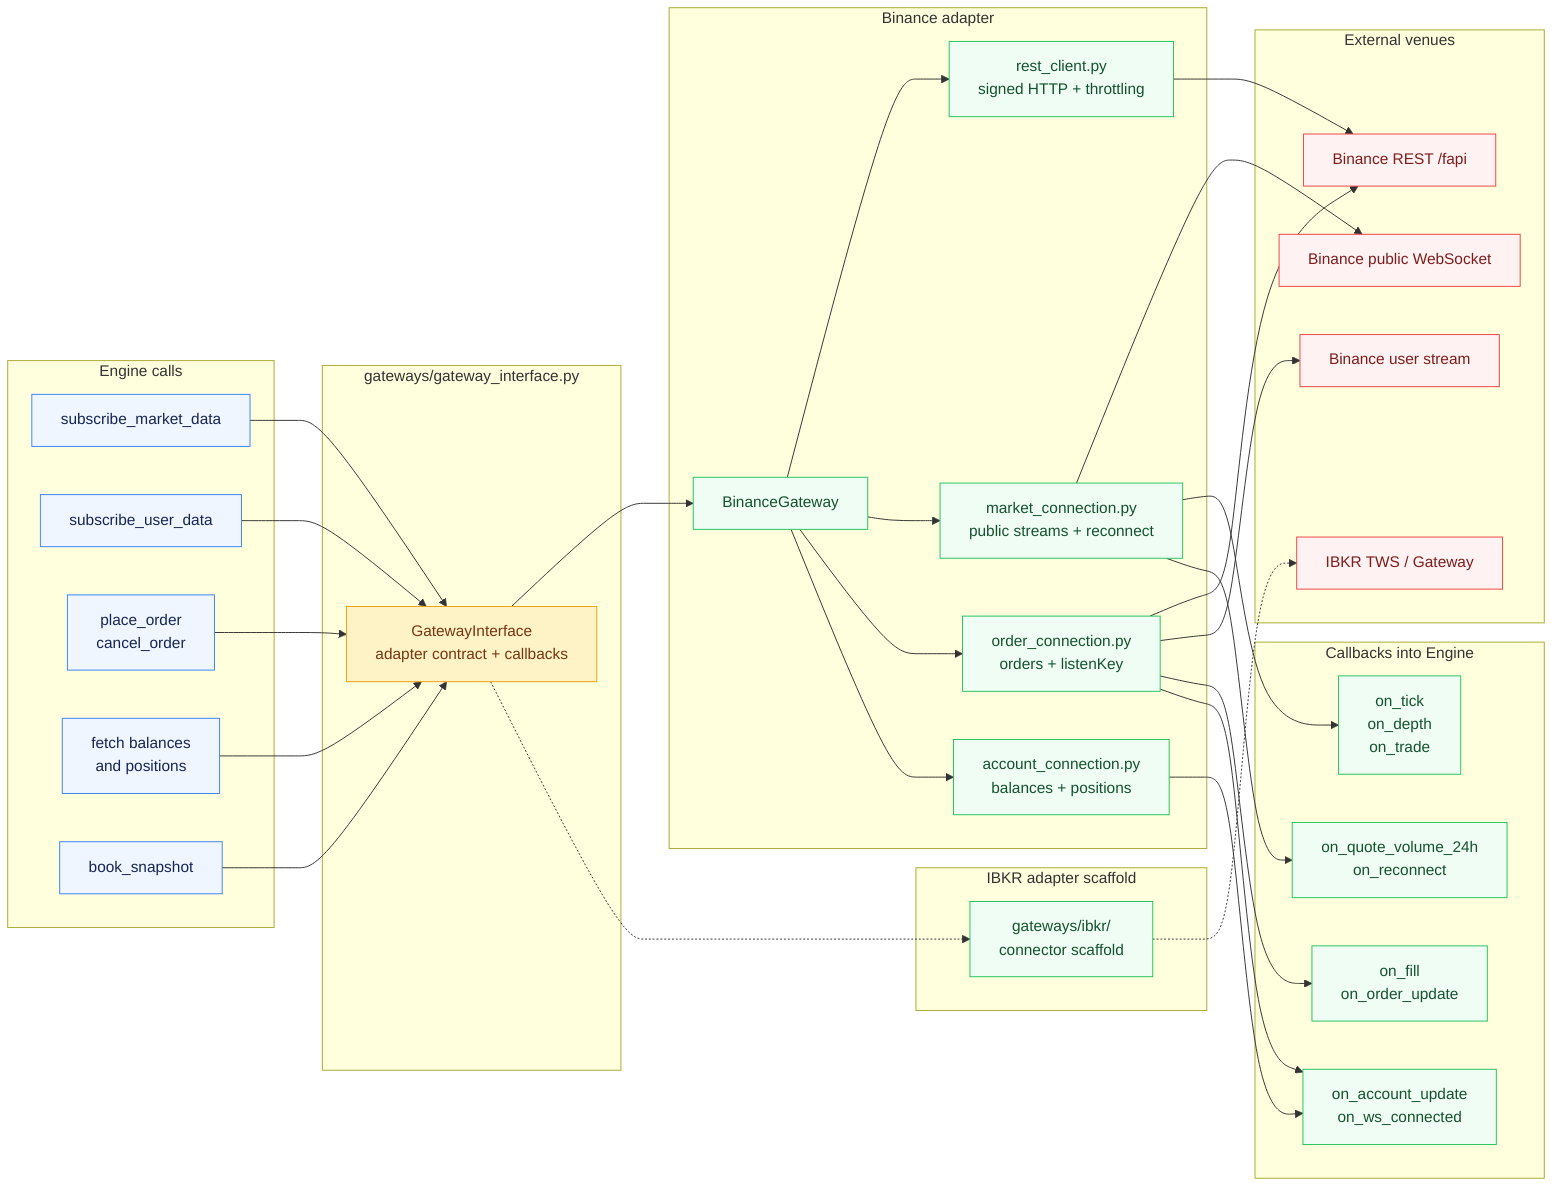
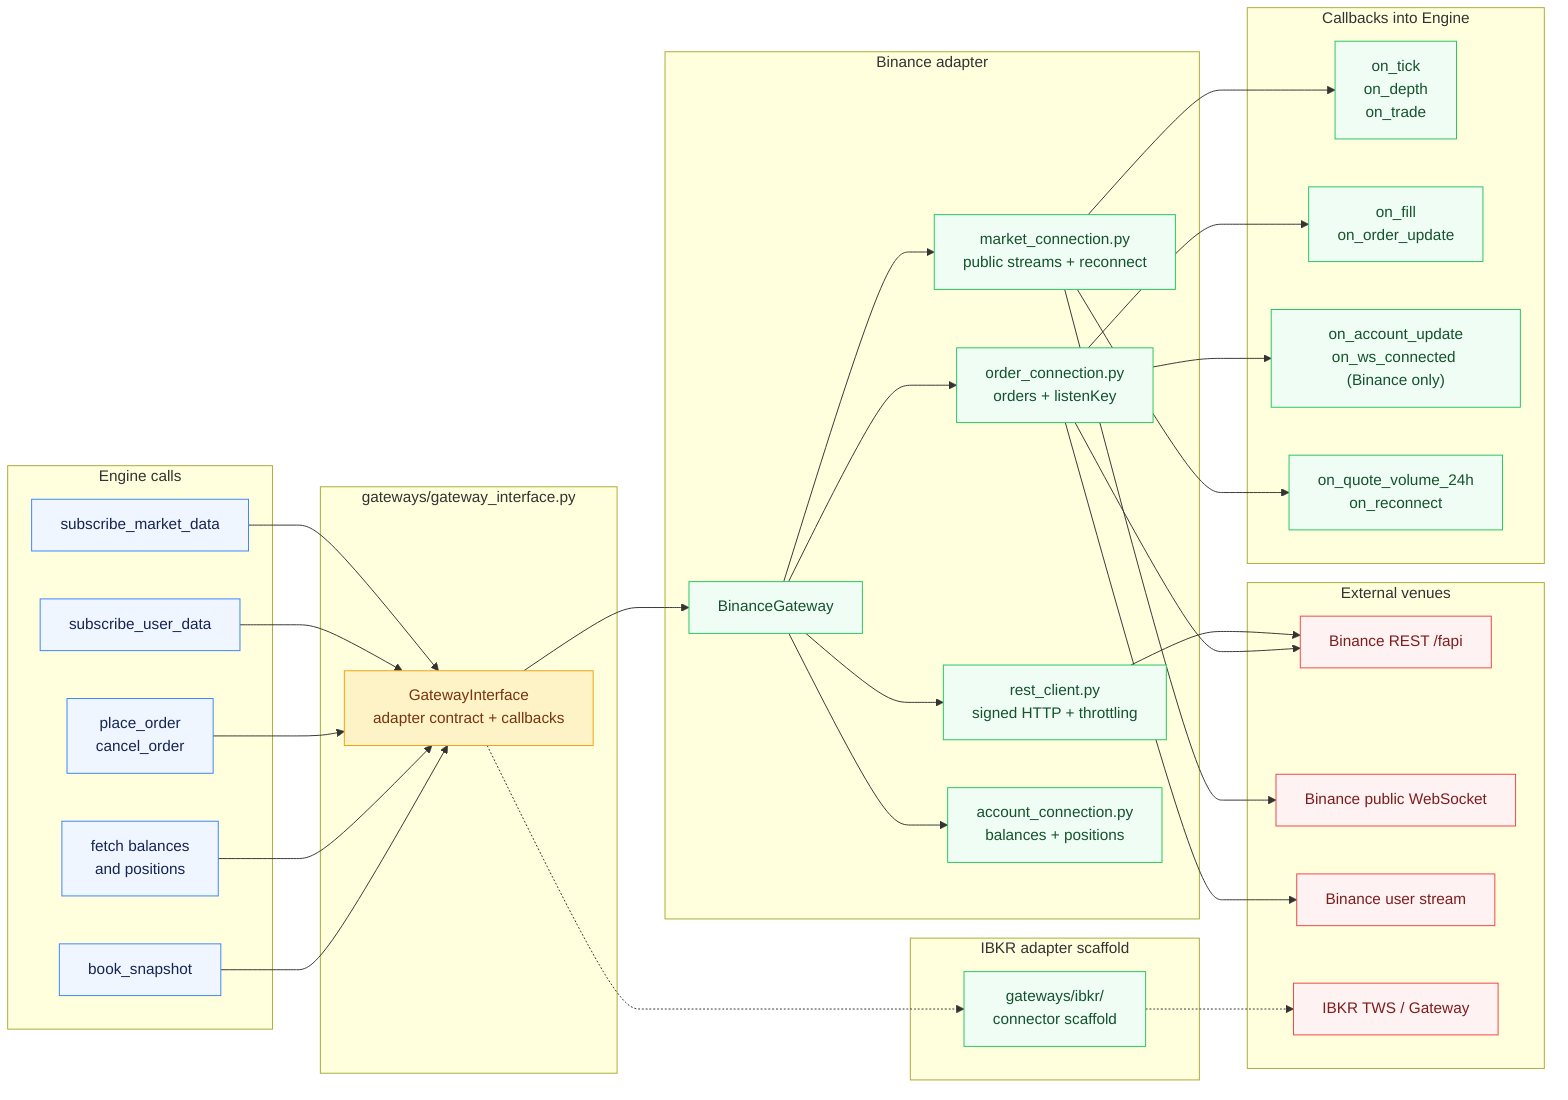
%% Gateway seam - venue-agnostic engine and exchange adapters
flowchart LR
    subgraph Engine["Engine calls"]
        MKT_SUB["subscribe_market_data"]
        USER_SUB["subscribe_user_data"]
        ORDERS["place_order<br/>cancel_order"]
        ACCOUNT["fetch balances<br/>and positions"]
        BOOK["book_snapshot"]
    end

    subgraph Interface["gateways/gateway_interface.py"]
        ABC["GatewayInterface<br/>adapter contract + callbacks"]
    end

    subgraph Binance["Binance adapter"]
        BG["BinanceGateway"]
        REST["rest_client.py<br/>signed HTTP + throttling"]
        MARKET["market_connection.py<br/>public streams + reconnect"]
        ORDER["order_connection.py<br/>orders + listenKey"]
        ACCT["account_connection.py<br/>balances + positions"]
        BG --> REST
        BG --> MARKET
        BG --> ORDER
        BG --> ACCT
    end

    subgraph IBKR["IBKR adapter scaffold"]
        IB["gateways/ibkr/<br/>connector scaffold"]
    end

    subgraph Venue["External venues"]
        BREST["Binance REST /fapi"]
        BWS["Binance public WebSocket"]
        BUSR["Binance user stream"]
        TWS["IBKR TWS / Gateway"]
    end

    MKT_SUB --> ABC
    USER_SUB --> ABC
    ORDERS --> ABC
    ACCOUNT --> ABC
    BOOK --> ABC

    ABC --> BG
    ABC -.-> IB
    REST --> BREST
    ORDER --> BREST
    MARKET --> BWS
    ORDER --> BUSR
    IB -.-> TWS

    subgraph Callbacks["Callbacks into Engine"]
        MARKET_CB["on_tick<br/>on_depth<br/>on_trade"]
        ORDER_CB["on_fill<br/>on_order_update"]
-         ACCOUNT_CB["on_account_update<br/>on_ws_connected"]
+         ACCOUNT_CB["on_account_update<br/>on_ws_connected (Binance only)"]
        META_CB["on_quote_volume_24h<br/>on_reconnect"]
    end

    MARKET --> MARKET_CB
    ORDER --> ORDER_CB
    ORDER --> ACCOUNT_CB
-     ACCT --> ACCOUNT_CB
    MARKET --> META_CB

    classDef engine fill:#eff6ff,stroke:#3b82f6,color:#172554
    classDef seam fill:#fef3c7,stroke:#f59e0b,color:#78350f
    classDef adapter fill:#f0fdf4,stroke:#22c55e,color:#14532d
    classDef venue fill:#fef2f2,stroke:#ef4444,color:#7f1d1d

    class MKT_SUB,USER_SUB,ORDERS,ACCOUNT,BOOK engine
    class ABC seam
    class BG,REST,MARKET,ORDER,ACCT,IB,MARKET_CB,ORDER_CB,ACCOUNT_CB,META_CB adapter
    class BREST,BWS,BUSR,TWS venue
